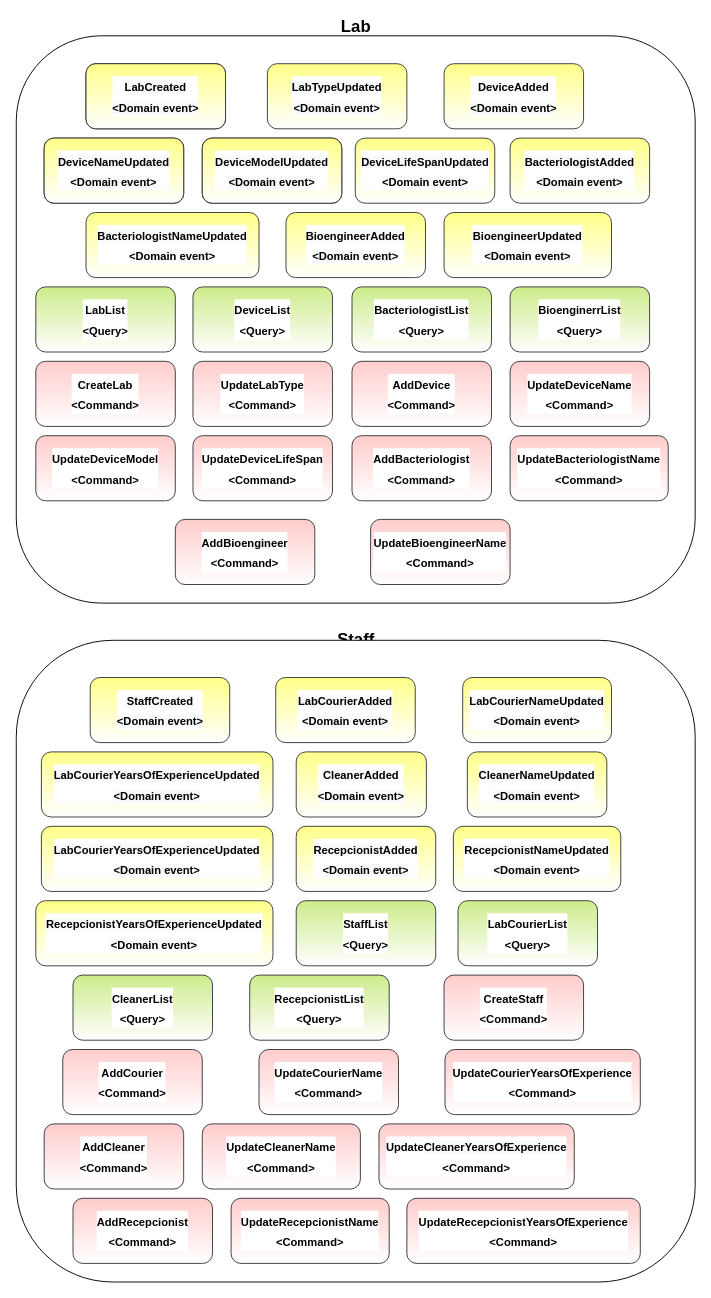
The draw.io diagram page "CommandsQuerys" (4 of 4) of src/main/java/MedalloLab.drawio in jpabloallin/medellinLabDDD, before the edit. Source tidied: cells renumbered, new cells numbered last; positions are measured from the earlier drawing's top-left corner, leaving out a move shared by most shapes. Both pictures are drawn from the tidied source at 93%, with x=0, y=0 at pixel (16, 17).
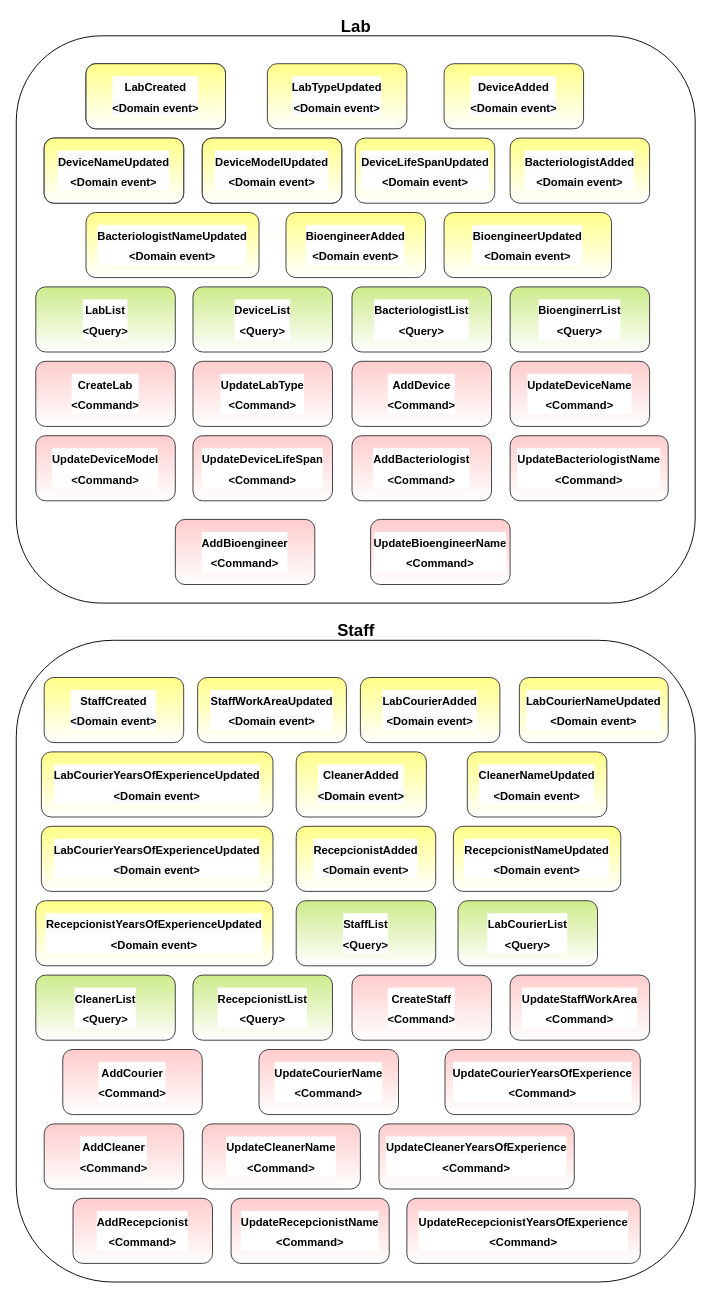
The same diagram, later.

What changed in the source:
```diff
@@
     <mxCell id="31" value="&lt;b&gt;&lt;font style=&quot;font-size: 18px;&quot;&gt;Staff&lt;/font&gt;&lt;/b&gt;" style="text;html=1;align=center;verticalAlign=middle;strokeColor=none;fillColor=none;fontSize=12;fontColor=default;" parent="1" vertex="1">
-      <mxGeometry x="335" y="660" width="60" height="20" as="geometry" />
+      <mxGeometry x="335" y="650" width="60" height="20" as="geometry" />
     </mxCell>
@@
     <mxCell id="33" value="&lt;span style=&quot;font-size: 12px; font-weight: 700; text-align: left; background-color: rgb(248, 249, 250);&quot;&gt;LabCourierAdded&lt;br&gt;&lt;/span&gt;&lt;span style=&quot;font-size: 12px; font-weight: 700; text-align: left; background-color: rgb(248, 249, 250);&quot;&gt;&amp;lt;Domain event&amp;gt;&lt;/span&gt;&lt;span style=&quot;font-size: 12px; font-weight: 700; text-align: left; background-color: rgb(248, 249, 250);&quot;&gt;&lt;br&gt;&lt;/span&gt;" style="rounded=1;whiteSpace=wrap;html=1;labelBackgroundColor=default;labelBorderColor=none;fontSize=18;strokeColor=#36393d;fillColor=#ffff88;gradientColor=#ffffff;" parent="1" vertex="1">
-      <mxGeometry x="279" y="710" width="150" height="70" as="geometry" />
+      <mxGeometry x="370" y="710" width="150" height="70" as="geometry" />
     </mxCell>
@@
     <mxCell id="38" value="&lt;div style=&quot;text-align: center;&quot;&gt;&lt;span style=&quot;background-color: rgb(248, 249, 250); font-size: 12px; font-weight: 700; text-align: left;&quot;&gt;StaffCreated&lt;/span&gt;&lt;/div&gt;&lt;span style=&quot;font-size: 12px; font-weight: 700; text-align: left; background-color: rgb(248, 249, 250);&quot;&gt;&amp;lt;Domain event&amp;gt;&lt;br&gt;&lt;/span&gt;" style="rounded=1;whiteSpace=wrap;html=1;labelBackgroundColor=default;labelBorderColor=none;fontSize=18;strokeColor=#36393d;fillColor=#ffff88;shadow=0;gradientColor=#ffffff;" parent="1" vertex="1">
-      <mxGeometry x="79.5" y="710" width="150" height="70" as="geometry" />
+      <mxGeometry x="30" y="710" width="150" height="70" as="geometry" />
     </mxCell>
     <mxCell id="39" value="&lt;span style=&quot;font-size: 12px; font-weight: 700; text-align: left; background-color: rgb(248, 249, 250);&quot;&gt;LabCourier&lt;/span&gt;&lt;span style=&quot;font-size: 12px; font-weight: 700; text-align: left; background-color: rgb(248, 249, 250);&quot;&gt;NameUpdated&lt;br&gt;&lt;/span&gt;&lt;span style=&quot;font-size: 12px; font-weight: 700; text-align: left; background-color: rgb(248, 249, 250);&quot;&gt;&amp;lt;Domain event&amp;gt;&lt;/span&gt;&lt;span style=&quot;font-size: 12px; font-weight: 700; text-align: left; background-color: rgb(248, 249, 250);&quot;&gt;&lt;br&gt;&lt;/span&gt;" style="rounded=1;whiteSpace=wrap;html=1;labelBackgroundColor=default;labelBorderColor=none;fontSize=18;strokeColor=#36393d;fillColor=#ffff88;gradientColor=#ffffff;" parent="1" vertex="1">
-      <mxGeometry x="480" y="710" width="160" height="70" as="geometry" />
+      <mxGeometry x="541" y="710" width="160" height="70" as="geometry" />
     </mxCell>
@@
     <mxCell id="43" value="&lt;b&gt;&lt;font style=&quot;font-size: 12px;&quot;&gt;CleanerList&lt;br&gt;&amp;lt;Query&amp;gt;&lt;br&gt;&lt;/font&gt;&lt;/b&gt;" style="rounded=1;whiteSpace=wrap;html=1;labelBackgroundColor=default;labelBorderColor=none;fontSize=18;strokeColor=#36393d;fillColor=#cdeb8b;gradientColor=#ffffff;" parent="1" vertex="1">
-      <mxGeometry x="61" y="1030" width="150" height="70" as="geometry" />
+      <mxGeometry x="21" y="1030" width="150" height="70" as="geometry" />
     </mxCell>
     <mxCell id="44" value="&lt;b&gt;&lt;font style=&quot;font-size: 12px;&quot;&gt;RecepcionistList&lt;br&gt;&amp;lt;Query&amp;gt;&lt;br&gt;&lt;/font&gt;&lt;/b&gt;" style="rounded=1;whiteSpace=wrap;html=1;labelBackgroundColor=default;labelBorderColor=none;fontSize=18;strokeColor=#36393d;fillColor=#cdeb8b;gradientColor=#ffffff;" parent="1" vertex="1">
-      <mxGeometry x="251" y="1030" width="150" height="70" as="geometry" />
+      <mxGeometry x="190" y="1030" width="150" height="70" as="geometry" />
     </mxCell>
     <mxCell id="45" value="&lt;b&gt;&lt;font style=&quot;font-size: 12px;&quot;&gt;CreateStaff&lt;br&gt;&amp;lt;Command&amp;gt;&lt;br&gt;&lt;/font&gt;&lt;/b&gt;" style="rounded=1;whiteSpace=wrap;html=1;labelBackgroundColor=default;labelBorderColor=none;fontSize=18;strokeColor=#36393d;fillColor=#ffcccc;gradientColor=#ffffff;" parent="1" vertex="1">
-      <mxGeometry x="460" y="1030" width="150" height="70" as="geometry" />
+      <mxGeometry x="361" y="1030" width="150" height="70" as="geometry" />
     </mxCell>
@@
+    <mxCell id="57" value="&lt;span style=&quot;font-size: 12px; font-weight: 700; text-align: left; background-color: rgb(248, 249, 250);&quot;&gt;StaffWorkAreaUpdated&lt;br&gt;&lt;/span&gt;&lt;span style=&quot;font-size: 12px; font-weight: 700; text-align: left; background-color: rgb(248, 249, 250);&quot;&gt;&amp;lt;Domain event&amp;gt;&lt;/span&gt;&lt;span style=&quot;font-size: 12px; font-weight: 700; text-align: left; background-color: rgb(248, 249, 250);&quot;&gt;&lt;br&gt;&lt;/span&gt;" style="rounded=1;whiteSpace=wrap;html=1;labelBackgroundColor=default;labelBorderColor=none;fontSize=18;strokeColor=#36393d;fillColor=#ffff88;gradientColor=#ffffff;" parent="1" vertex="1">
+      <mxGeometry x="195" y="710" width="160" height="70" as="geometry" />
+    </mxCell>
+    <mxCell id="58" value="&lt;b&gt;&lt;font style=&quot;font-size: 12px;&quot;&gt;Update&lt;/font&gt;&lt;/b&gt;&lt;b&gt;&lt;font style=&quot;font-size: 12px;&quot;&gt;StaffWorkArea&lt;br&gt;&amp;lt;Command&amp;gt;&lt;br&gt;&lt;/font&gt;&lt;/b&gt;" style="rounded=1;whiteSpace=wrap;html=1;labelBackgroundColor=default;labelBorderColor=none;fontSize=18;strokeColor=#36393d;fillColor=#ffcccc;gradientColor=#ffffff;" parent="1" vertex="1">
+      <mxGeometry x="531" y="1030" width="150" height="70" as="geometry" />
+    </mxCell>
```
